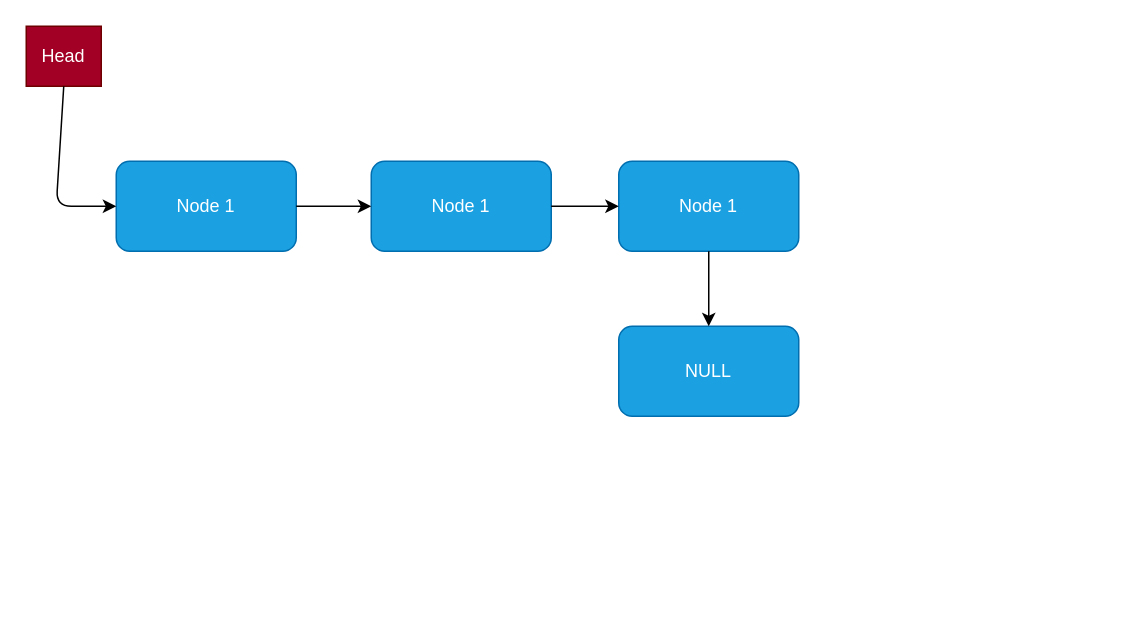
Above: drawing.drawio in luxorishere/pythontheory (draw.io), before the change. Source tidied: cells renumbered, new cells numbered last; positions are measured from the earlier drawing's top-left corner, leaving out a move shared by most shapes. Both pictures are drawn from the tidied source at 150%, with x=0, y=0 at pixel (26, 26).
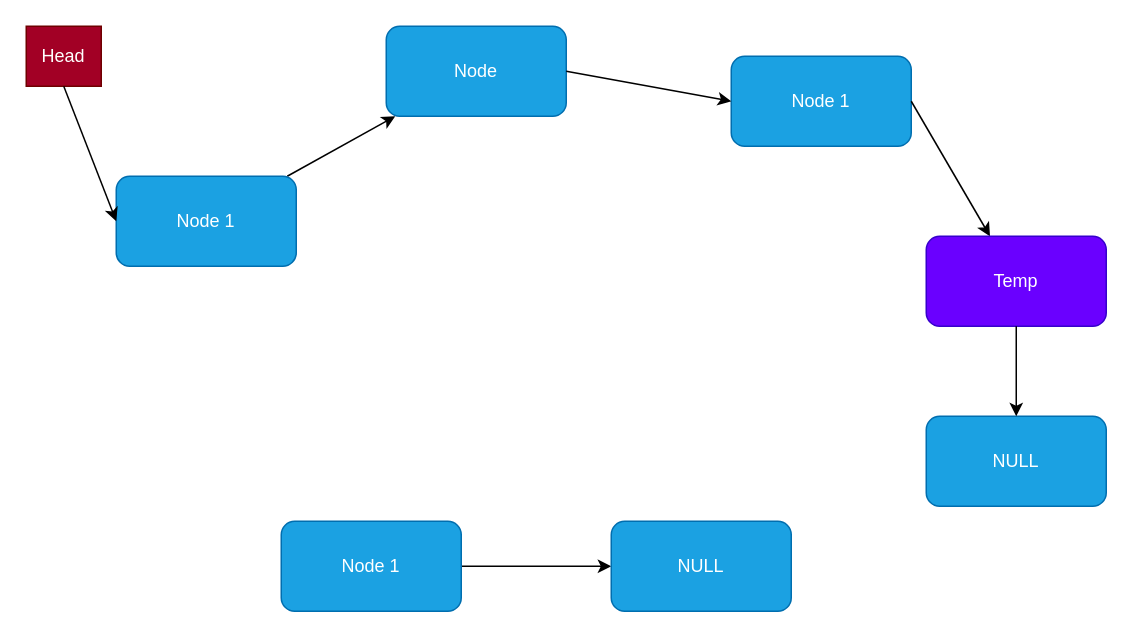
Above is the later version.

Change to the diagram source:
```diff
@@
 <mxGraphModel>
   <root>
     <mxCell id="0" />
     <mxCell id="1" parent="0" />
+    <mxCell id="11" style="edgeStyle=none;html=1;" parent="1" edge="1" source="2" target="13">
+      <mxGeometry relative="1" as="geometry" />
+    </mxCell>
     <mxCell id="2" value="Node 1" style="rounded=1;whiteSpace=wrap;html=1;fillColor=#1ba1e2;fontColor=#ffffff;strokeColor=#006EAF;" parent="1" vertex="1">
-      <mxGeometry x="60" y="90" width="120" height="60" as="geometry" />
+      <mxGeometry x="60" y="100" width="120" height="60" as="geometry" />
     </mxCell>
     <mxCell id="3" value="Head" style="rounded=0;whiteSpace=wrap;html=1;fillColor=#a20025;fontColor=#ffffff;strokeColor=#6F0000;" parent="1" vertex="1">
       <mxGeometry width="50" height="40" as="geometry" />
     </mxCell>
+    <mxCell id="12" style="edgeStyle=none;html=1;" parent="1" edge="1" source="4" target="18">
+      <mxGeometry relative="1" as="geometry" />
+    </mxCell>
     <mxCell id="4" value="Node 1" style="rounded=1;whiteSpace=wrap;html=1;fillColor=#1ba1e2;fontColor=#ffffff;strokeColor=#006EAF;" parent="1" vertex="1">
-      <mxGeometry x="230" y="90" width="120" height="60" as="geometry" />
+      <mxGeometry x="170" y="330" width="120" height="60" as="geometry" />
     </mxCell>
     <mxCell id="5" value="Node 1" style="rounded=1;whiteSpace=wrap;html=1;fillColor=#1ba1e2;fontColor=#ffffff;strokeColor=#006EAF;" parent="1" vertex="1">
-      <mxGeometry x="395" y="90" width="120" height="60" as="geometry" />
+      <mxGeometry x="470" y="20" width="120" height="60" as="geometry" />
     </mxCell>
-    <mxCell id="6" style="endArrow=classic;html=1;exitX=1;exitY=0.5;exitDx=0;exitDy=0;" parent="1" edge="1" source="2" target="4">
-      <mxGeometry relative="1" as="geometry" />
-    </mxCell>
-    <mxCell id="7" style="endArrow=classic;html=1;exitX=1;exitY=0.5;exitDx=0;exitDy=0;entryX=0;entryY=0.5;entryDx=0;entryDy=0;" parent="1" edge="1" source="4" target="5">
-      <mxGeometry relative="1" as="geometry">
-        <Array as="points">
-          <mxPoint x="370" y="120" />
-        </Array>
-      </mxGeometry>
-    </mxCell>
     <mxCell id="8" style="endArrow=classic;html=1;exitX=0.5;exitY=1;exitDx=0;exitDy=0;entryX=0;entryY=0.5;entryDx=0;entryDy=0;" parent="1" edge="1" source="3" target="2">
-      <mxGeometry relative="1" as="geometry">
-        <Array as="points">
-          <mxPoint x="20" y="120" />
-        </Array>
-      </mxGeometry>
+      <mxGeometry relative="1" as="geometry" />
     </mxCell>
-    <mxCell id="9" value="NULL" style="rounded=1;whiteSpace=wrap;html=1;fillColor=#1ba1e2;fontColor=#ffffff;strokeColor=#006EAF;" parent="1" vertex="1">
-      <mxGeometry x="395" y="200" width="120" height="60" as="geometry" />
-    </mxCell>
-    <mxCell id="10" style="endArrow=classic;html=1;entryX=0.5;entryY=0;entryDx=0;entryDy=0;" parent="1" edge="1" source="5" target="9">
+    <mxCell id="10" style="endArrow=classic;html=1;exitX=1;exitY=0.5;exitDx=0;exitDy=0;" parent="1" edge="1" source="5" target="15">
       <mxGeometry relative="1" as="geometry" />
     </mxCell>
+    <mxCell id="13" value="Node&lt;br&gt;" style="rounded=1;whiteSpace=wrap;html=1;fillColor=#1ba1e2;fontColor=#ffffff;strokeColor=#006EAF;" parent="1" vertex="1">
+      <mxGeometry x="240" width="120" height="60" as="geometry" />
+    </mxCell>
+    <mxCell id="14" style="endArrow=classic;html=1;exitX=1;exitY=0.5;exitDx=0;exitDy=0;" parent="1" edge="1" source="13">
+      <mxGeometry relative="1" as="geometry">
+        <mxPoint x="470" y="50" as="targetPoint" />
+      </mxGeometry>
+    </mxCell>
+    <mxCell id="15" value="Temp" style="rounded=1;whiteSpace=wrap;html=1;fillColor=#6a00ff;fontColor=#ffffff;strokeColor=#3700CC;" parent="1" vertex="1">
+      <mxGeometry x="600" y="140" width="120" height="60" as="geometry" />
+    </mxCell>
+    <mxCell id="16" value="NULL" style="rounded=1;whiteSpace=wrap;html=1;fillColor=#1ba1e2;fontColor=#ffffff;strokeColor=#006EAF;" parent="1" vertex="1">
+      <mxGeometry x="600" y="260" width="120" height="60" as="geometry" />
+    </mxCell>
+    <mxCell id="17" style="endArrow=classic;html=1;entryX=0.5;entryY=0;entryDx=0;entryDy=0;" parent="1" edge="1" source="15" target="16">
+      <mxGeometry relative="1" as="geometry" />
+    </mxCell>
+    <mxCell id="18" value="NULL" style="rounded=1;whiteSpace=wrap;html=1;fillColor=#1ba1e2;fontColor=#ffffff;strokeColor=#006EAF;" parent="1" vertex="1">
+      <mxGeometry x="390" y="330" width="120" height="60" as="geometry" />
+    </mxCell>
   </root>
 </mxGraphModel>
```
